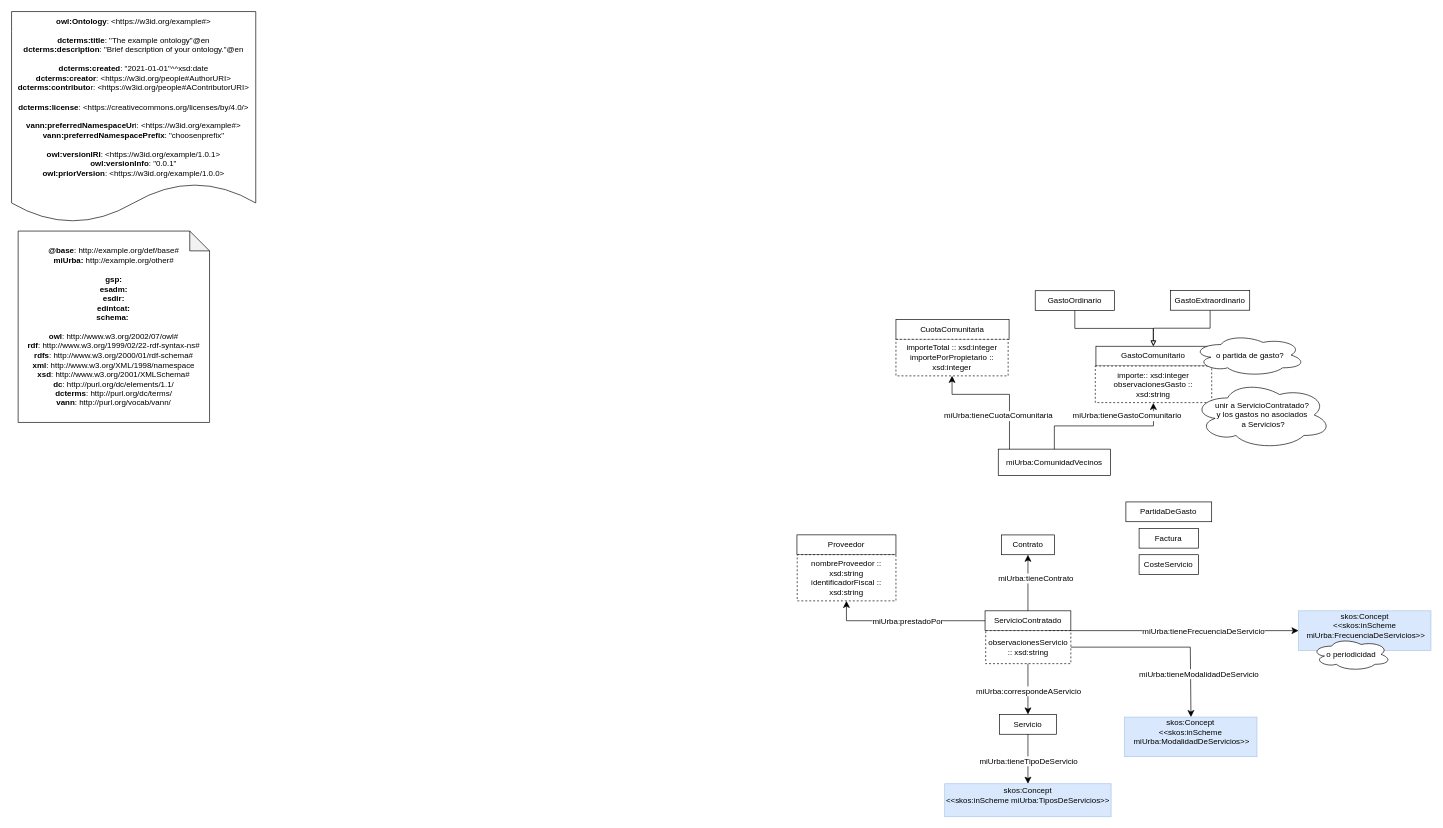
Before: page "gastos" (5 of 6) of diagrams/diagrama.drawio in oeg-upm/ontologia-miUrba, a draw.io diagram. Source tidied: cells renumbered, new cells numbered last; positions are measured from the earlier drawing's top-left corner, leaving out a move shared by most shapes. Both pictures are drawn from the tidied source at 66%, with x=0, y=0 at pixel (11, 11).
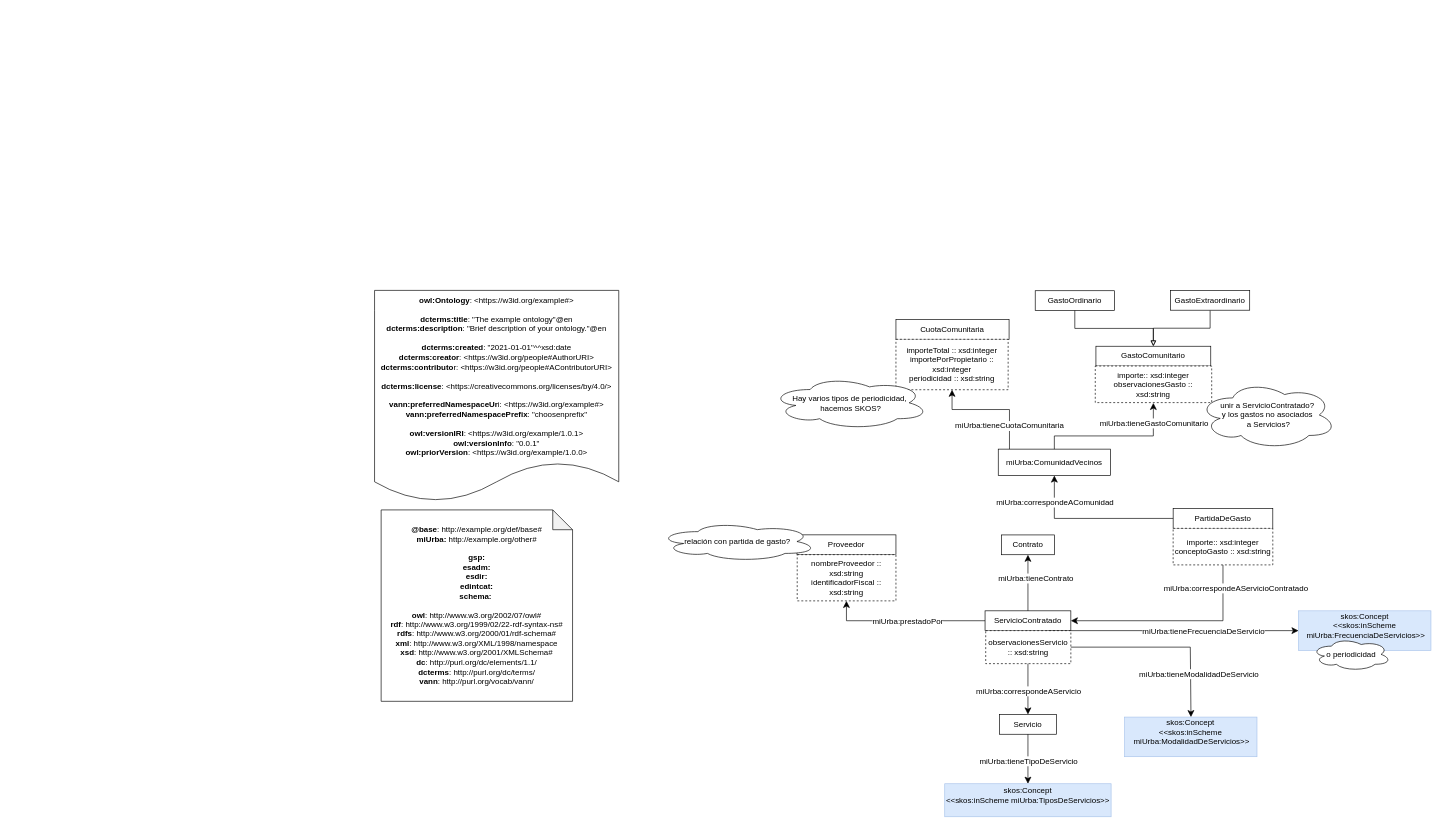
The same page after the edit.

Unchanged cells that the change refers to:
```xml
<mxCell id="11" value="ServicioContratado" style="rounded=0;whiteSpace=wrap;html=1;snapToPoint=1;points=[[0.1,0],[0.2,0],[0.3,0],[0.4,0],[0.5,0],[0.6,0],[0.7,0],[0.8,0],[0.9,0],[0,0.1],[0,0.3],[0,0.5],[0,0.7],[0,0.9],[0.1,1],[0.2,1],[0.3,1],[0.4,1],[0.5,1],[0.6,1],[0.7,1],[0.8,1],[0.9,1],[1,0.1],[1,0.3],[1,0.5],[1,0.7],[1,0.9]];" parent="1" vertex="1">
  <mxGeometry x="1475" y="908" width="130" height="30" as="geometry" />
</mxCell>
<mxCell id="23" value="miUrba:ComunidadVecinos" style="rounded=0;whiteSpace=wrap;html=1;snapToPoint=1;points=[[0.1,0],[0.2,0],[0.3,0],[0.4,0],[0.5,0],[0.6,0],[0.7,0],[0.8,0],[0.9,0],[0,0.1],[0,0.3],[0,0.5],[0,0.7],[0,0.9],[0.1,1],[0.2,1],[0.3,1],[0.4,1],[0.5,1],[0.6,1],[0.7,1],[0.8,1],[0.9,1],[1,0.1],[1,0.3],[1,0.5],[1,0.7],[1,0.9]];" parent="1" vertex="1">
  <mxGeometry x="1495" y="663" width="170" height="40" as="geometry" />
</mxCell>
<mxCell id="37" value="importe:: xsd:integer&lt;div&gt;observacionesGasto :: xsd:string&lt;/div&gt;" style="rounded=0;whiteSpace=wrap;html=1;snapToPoint=1;points=[[0.1,0],[0.2,0],[0.3,0],[0.4,0],[0.5,0],[0.6,0],[0.7,0],[0.8,0],[0.9,0],[0,0.1],[0,0.3],[0,0.5],[0,0.7],[0,0.9],[0.1,1],[0.2,1],[0.3,1],[0.4,1],[0.5,1],[0.6,1],[0.7,1],[0.8,1],[0.9,1],[1,0.1],[1,0.3],[1,0.5],[1,0.7],[1,0.9]];dashed=1;" parent="1" vertex="1">
  <mxGeometry x="1642" y="537.1" width="176.4" height="55.4" as="geometry" />
</mxCell>
```

The edit, as a diff of the source:
```diff
@@
-    <mxCell id="7" value="Factura" style="rounded=0;whiteSpace=wrap;html=1;" parent="1" vertex="1">
-      <mxGeometry x="1708.4" y="783" width="90" height="30" as="geometry" />
-    </mxCell>
-    <mxCell id="8" value="CosteServicio" style="rounded=0;whiteSpace=wrap;html=1;" parent="1" vertex="1">
-      <mxGeometry x="1708.4" y="823" width="90" height="30" as="geometry" />
-    </mxCell>
     <mxCell id="9" value="&lt;div&gt;&lt;b style=&quot;border-color: var(--border-color);&quot;&gt;owl:Ontology&lt;/b&gt;: &amp;lt;https://w3id.org/example#&amp;gt;&lt;b&gt;&lt;br&gt;&lt;/b&gt;&lt;/div&gt;&lt;div&gt;&lt;b&gt;&lt;br&gt;&lt;/b&gt;&lt;/div&gt;&lt;div&gt;&lt;span style=&quot;background-color: light-dark(rgb(255, 255, 255), rgb(18, 18, 18));&quot;&gt;&lt;b&gt;dcterms&lt;/b&gt;&lt;/span&gt;&lt;b&gt;:title&lt;/b&gt;: &quot;The example ontology&quot;@en &lt;br&gt;&lt;b&gt;dcterms&lt;/b&gt;&lt;b&gt;:description&lt;/b&gt;: &quot;Brief description of your ontology.&quot;@en &lt;br&gt;&lt;br&gt;&lt;b&gt;dcterms&lt;/b&gt;&lt;b&gt;:created&lt;/b&gt;: &quot;2021-01-01&quot;^^xsd:date &lt;br&gt;&lt;b&gt;dcterms&lt;/b&gt;&lt;b&gt;:creator&lt;/b&gt;: &amp;lt;https://w3id.org/people#AuthorURI&amp;gt;&lt;br&gt;&lt;b&gt;dcterms&lt;/b&gt;&lt;b&gt;:contributo&lt;/b&gt;r: &amp;lt;https://w3id.org/people#AContributorURI&amp;gt;&lt;br&gt;&lt;br&gt;&lt;b&gt;dcterms&lt;/b&gt;&lt;b&gt;:license&lt;/b&gt;: &amp;lt;https://creativecommons.org/licenses/by/4.0/&amp;gt;&lt;br&gt;&lt;/div&gt;&lt;div&gt;&lt;br&gt;&lt;/div&gt;&lt;div&gt;&lt;b&gt;vann:preferredNamespaceUr&lt;/b&gt;i: &amp;lt;https://w3id.org/example#&amp;gt;&lt;br&gt;&lt;b&gt;vann:preferredNamespacePrefix&lt;/b&gt;: &quot;choosenprefix&quot; &lt;br&gt;&lt;br&gt;&lt;b&gt;owl:versionIRI&lt;/b&gt;: &amp;lt;https://w3id.org/example/1.0.1&amp;gt;&lt;br&gt;&lt;b&gt;owl:versionInfo&lt;/b&gt;: &quot;0.0.1&quot;&lt;br&gt;&lt;b&gt;owl:priorVersion&lt;/b&gt;: &amp;lt;https://w3id.org/example/1.0.0&amp;gt;&lt;br&gt;&lt;/div&gt;" style="shape=document;whiteSpace=wrap;html=1;boundedLbl=1;labelBackgroundColor=#ffffff;strokeColor=#000000;fontSize=12;fontColor=#000000;size=0.1875;" parent="1" vertex="1">
-      <mxGeometry width="370" height="320" as="geometry" />
+      <mxGeometry x="550" y="422.5" width="370" height="320" as="geometry" />
     </mxCell>
     <mxCell id="10" value="&lt;div&gt;&lt;b&gt;@base&lt;/b&gt;: http://example.org/def/base#&lt;/div&gt;&lt;div style=&quot;&quot;&gt;&lt;b&gt;miUrba:&lt;/b&gt; http://example.org/other#&lt;br&gt;&lt;/div&gt;&lt;div style=&quot;&quot;&gt;&lt;br&gt;&lt;/div&gt;&lt;div style=&quot;&quot;&gt;&lt;b&gt;gsp:&lt;/b&gt;&lt;/div&gt;&lt;div style=&quot;&quot;&gt;&lt;b&gt;esadm:&lt;/b&gt;&lt;/div&gt;&lt;div style=&quot;&quot;&gt;&lt;b&gt;esdir:&lt;/b&gt;&lt;/div&gt;&lt;div style=&quot;&quot;&gt;&lt;b&gt;edintcat:&lt;/b&gt;&lt;/div&gt;&lt;div style=&quot;&quot;&gt;&lt;b&gt;schema:&amp;nbsp;&lt;/b&gt;&lt;/div&gt;&lt;div style=&quot;&quot;&gt;&lt;br&gt;&lt;/div&gt;&lt;div&gt;&lt;div style=&quot;&quot;&gt;&lt;b&gt;owl&lt;/b&gt;: http://www.w3.org/2002/07/owl#&lt;/div&gt;&lt;div&gt;&lt;b&gt;rdf&lt;/b&gt;: http://www.w3.org/1999/02/22-rdf-syntax-ns#&lt;/div&gt;&lt;div&gt;&lt;b&gt;rdfs&lt;/b&gt;: http://www.w3.org/2000/01/rdf-schema#&lt;/div&gt;&lt;div&gt;&lt;b&gt;xml&lt;/b&gt;: http://www.w3.org/XML/1998/namespace&lt;/div&gt;&lt;div&gt;&lt;b&gt;xsd&lt;/b&gt;: http://www.w3.org/2001/XMLSchema#&lt;/div&gt;&lt;div&gt;&lt;b&gt;dc&lt;/b&gt;: http://purl.org/dc/elements/1.1/&lt;/div&gt;&lt;div&gt;&lt;b&gt;dcterms&lt;/b&gt;: http://purl.org/dc/terms/&lt;/div&gt;&lt;div&gt;&lt;b&gt;vann&lt;/b&gt;: http://purl.org/vocab/vann/&lt;/div&gt;&lt;/div&gt;" style="shape=note;whiteSpace=wrap;html=1;backgroundOutline=1;darkOpacity=0.05;" parent="1" vertex="1">
-      <mxGeometry x="10" y="332.6" width="290" height="290" as="geometry" />
+      <mxGeometry x="560" y="755.1" width="290" height="290" as="geometry" />
     </mxCell>
@@
-    <mxCell id="28" style="endArrow=classic;html=1;endSize=8;arcSize=0;rounded=0;edgeStyle=orthogonalEdgeStyle;exitX=0.1;exitY=0;exitDx=0;exitDy=0;" parent="1" edge="1" source="23" target="34">
-      <mxGeometry relative="1" as="geometry">
+    <mxCell id="28" value="&lt;span style=&quot;font-size: 12px;&quot;&gt;miUrba:tieneCuotaComunitaria&lt;/span&gt;" style="endArrow=classic;html=1;endSize=8;arcSize=0;rounded=0;edgeStyle=orthogonalEdgeStyle;exitX=0.1;exitY=0;exitDx=0;exitDy=0;" parent="1" edge="1" source="23" target="34">
+      <mxGeometry x="-0.6" relative="1" as="geometry">
         <Array as="points">
-          <mxPoint x="1512" y="580" />
-          <mxPoint x="1425" y="580" />
+          <mxPoint x="1512" y="603" />
+          <mxPoint x="1425" y="603" />
         </Array>
       </mxGeometry>
     </mxCell>
-    <mxCell id="29" value="&lt;div&gt;miUrba:tieneCuotaComunitaria&lt;/div&gt;" style="text;html=1;align=center;verticalAlign=middle;labelBackgroundColor=#ffffff;" parent="28" vertex="1">
-      <mxGeometry x="-0.13" relative="1" as="geometry">
-        <mxPoint x="-15" y="32" as="offset" />
-      </mxGeometry>
-    </mxCell>
@@
-    <mxCell id="34" value="importeTotal :: xsd:integer&lt;div&gt;importePorPropietario :: xsd:integer&lt;/div&gt;" style="rounded=0;whiteSpace=wrap;html=1;snapToPoint=1;points=[[0.1,0],[0.2,0],[0.3,0],[0.4,0],[0.5,0],[0.6,0],[0.7,0],[0.8,0],[0.9,0],[0,0.1],[0,0.3],[0,0.5],[0,0.7],[0,0.9],[0.1,1],[0.2,1],[0.3,1],[0.4,1],[0.5,1],[0.6,1],[0.7,1],[0.8,1],[0.9,1],[1,0.1],[1,0.3],[1,0.5],[1,0.7],[1,0.9]];dashed=1;" parent="1" vertex="1">
-      <mxGeometry x="1340" y="496.6" width="170" height="55.4" as="geometry" />
+    <mxCell id="34" value="importeTotal :: xsd:integer&lt;div&gt;importePorPropietario :: xsd:integer&lt;/div&gt;&lt;div&gt;periodicidad :: xsd:string&lt;/div&gt;" style="rounded=0;whiteSpace=wrap;html=1;snapToPoint=1;points=[[0.1,0],[0.2,0],[0.3,0],[0.4,0],[0.5,0],[0.6,0],[0.7,0],[0.8,0],[0.9,0],[0,0.1],[0,0.3],[0,0.5],[0,0.7],[0,0.9],[0.1,1],[0.2,1],[0.3,1],[0.4,1],[0.5,1],[0.6,1],[0.7,1],[0.8,1],[0.9,1],[1,0.1],[1,0.3],[1,0.5],[1,0.7],[1,0.9]];dashed=1;" parent="1" vertex="1">
+      <mxGeometry x="1340" y="496.6" width="170" height="76.4" as="geometry" />
     </mxCell>
     <mxCell id="35" style="endArrow=classic;html=1;endSize=8;arcSize=0;rounded=0;edgeStyle=orthogonalEdgeStyle;" parent="1" edge="1" source="23" target="37">
-      <mxGeometry relative="1" as="geometry" />
+      <mxGeometry relative="1" as="geometry">
+        <Array as="points">
+          <mxPoint x="1580" y="643" />
+          <mxPoint x="1730" y="643" />
+        </Array>
+      </mxGeometry>
     </mxCell>
     <mxCell id="36" value="&lt;div&gt;miUrba:tieneGastoComunitario&lt;/div&gt;" style="text;html=1;align=center;verticalAlign=middle;labelBackgroundColor=#ffffff;" parent="35" vertex="1">
       <mxGeometry x="-0.13" relative="1" as="geometry">
-        <mxPoint x="49" y="-15" as="offset" />
+        <mxPoint x="74" y="-20" as="offset" />
       </mxGeometry>
     </mxCell>
@@
-    <mxCell id="41" value="&amp;nbsp;o partida de gasto?" style="ellipse;shape=cloud;whiteSpace=wrap;html=1;" parent="1" vertex="1">
-      <mxGeometry x="1790" y="488.5" width="170" height="64.1" as="geometry" />
-    </mxCell>
     <mxCell id="42" value="&lt;div&gt;&lt;br&gt;&lt;/div&gt;unir a ServicioContratado?&lt;div&gt;y los gastos no asociados&lt;/div&gt;&lt;div&gt;&amp;nbsp;a Servicios?&lt;/div&gt;&lt;div&gt;&lt;br&gt;&lt;/div&gt;" style="ellipse;shape=cloud;whiteSpace=wrap;html=1;" parent="1" vertex="1">
-      <mxGeometry x="1790" y="559.6" width="210" height="103.4" as="geometry" />
+      <mxGeometry x="1797.7" y="559.6" width="210" height="103.4" as="geometry" />
     </mxCell>
     <mxCell id="43" value="PartidaDeGasto" style="rounded=0;whiteSpace=wrap;html=1;snapToPoint=1;points=[[0.1,0],[0.2,0],[0.3,0],[0.4,0],[0.5,0],[0.6,0],[0.7,0],[0.8,0],[0.9,0],[0,0.1],[0,0.3],[0,0.5],[0,0.7],[0,0.9],[0.1,1],[0.2,1],[0.3,1],[0.4,1],[0.5,1],[0.6,1],[0.7,1],[0.8,1],[0.9,1],[1,0.1],[1,0.3],[1,0.5],[1,0.7],[1,0.9]];" parent="1" vertex="1">
-      <mxGeometry x="1688.4" y="743" width="130" height="30" as="geometry" />
+      <mxGeometry x="1760" y="753" width="151" height="30" as="geometry" />
     </mxCell>
@@
+    <mxCell id="47" style="endArrow=classic;html=1;endSize=8;arcSize=0;rounded=0;edgeStyle=orthogonalEdgeStyle;exitX=0.5;exitY=0;exitDx=0;exitDy=0;" parent="1" edge="1" source="50" target="11">
+      <mxGeometry relative="1" as="geometry">
+        <Array as="points">
+          <mxPoint x="1836" y="923" />
+        </Array>
+      </mxGeometry>
+    </mxCell>
+    <mxCell id="48" value="&lt;div&gt;miUrba:correspondeAServicioContratado&lt;/div&gt;" style="text;html=1;align=center;verticalAlign=middle;labelBackgroundColor=#ffffff;" parent="47" vertex="1">
+      <mxGeometry x="-0.13" relative="1" as="geometry">
+        <mxPoint x="40" y="-50" as="offset" />
+      </mxGeometry>
+    </mxCell>
+    <mxCell id="49" value="Hay varios tipos de periodicidad,&lt;div&gt;&amp;nbsp;hacemos SKOS?&lt;/div&gt;" style="ellipse;shape=cloud;whiteSpace=wrap;html=1;" parent="1" vertex="1">
+      <mxGeometry x="1150" y="552.6" width="240" height="80.4" as="geometry" />
+    </mxCell>
+    <mxCell id="50" value="importe:: xsd:integer&lt;div&gt;conceptoGasto :: xsd:string&lt;/div&gt;" style="rounded=0;whiteSpace=wrap;html=1;snapToPoint=1;points=[[0.1,0],[0.2,0],[0.3,0],[0.4,0],[0.5,0],[0.6,0],[0.7,0],[0.8,0],[0.9,0],[0,0.1],[0,0.3],[0,0.5],[0,0.7],[0,0.9],[0.1,1],[0.2,1],[0.3,1],[0.4,1],[0.5,1],[0.6,1],[0.7,1],[0.8,1],[0.9,1],[1,0.1],[1,0.3],[1,0.5],[1,0.7],[1,0.9]];dashed=1;" parent="1" vertex="1">
+      <mxGeometry x="1760" y="783" width="151" height="55.4" as="geometry" />
+    </mxCell>
+    <mxCell id="51" value="relación con partida de gasto?" style="ellipse;shape=cloud;whiteSpace=wrap;html=1;" parent="1" vertex="1">
+      <mxGeometry x="980" y="773" width="240" height="60" as="geometry" />
+    </mxCell>
+    <mxCell id="52" style="endArrow=classic;html=1;endSize=8;arcSize=0;rounded=0;edgeStyle=orthogonalEdgeStyle;" parent="1" edge="1" source="43" target="23">
+      <mxGeometry relative="1" as="geometry" />
+    </mxCell>
+    <mxCell id="53" value="&lt;div&gt;miUrba:correspondeAComunidad&lt;/div&gt;" style="text;html=1;align=center;verticalAlign=middle;labelBackgroundColor=#ffffff;" parent="52" vertex="1">
+      <mxGeometry x="-0.13" relative="1" as="geometry">
+        <mxPoint x="-73" y="-25" as="offset" />
+      </mxGeometry>
+    </mxCell>
```
